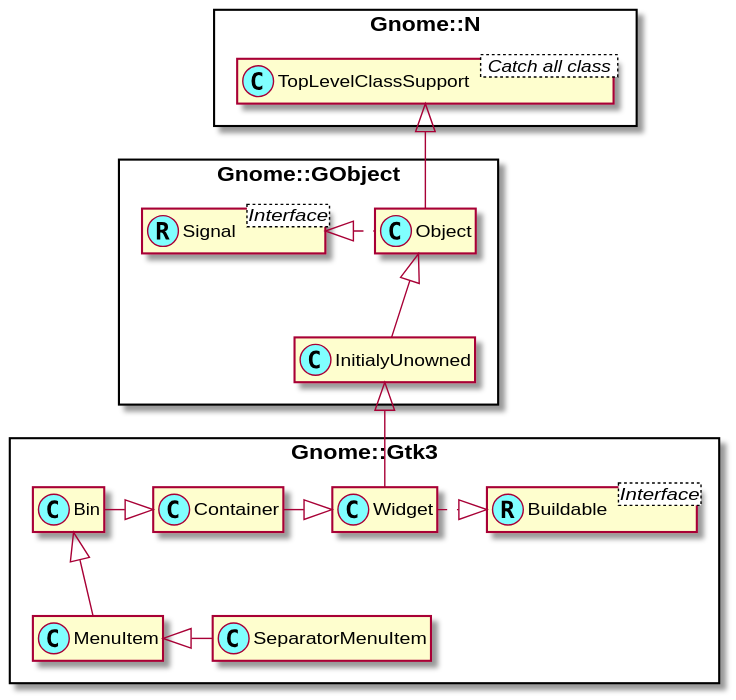
The PlantUML diagram docs/content-docs/reference/Gtk3/plantuml/SeparatorMenuItem.svg in MARTIMM/gnome-gtk3, before a commit. Source of this version:
```plantuml
@startuml
skinparam packageStyle rectangle
skinparam stereotypeCBackgroundColor #80ffff
set namespaceSeparator ::
hide members

class Gnome::N::TopLevelClassSupport < Catch all class >

Interface Gnome::GObject::Signal <Interface>
class Gnome::GObject::Signal <<(R,#80ffff)>>

Interface Gnome::Gtk3::Buildable <Interface>
class Gnome::Gtk3::Buildable <<(R,#80ffff)>>


Gnome::N::TopLevelClassSupport <|-- Gnome::GObject::Object
Gnome::GObject::InitialyUnowned <|-- Gnome::Gtk3::Widget

Gnome::GObject::Object <|-- Gnome::GObject::InitialyUnowned
Gnome::GObject::Signal <|. Gnome::GObject::Object

Gnome::Gtk3::Widget .|> Gnome::Gtk3::Buildable

Gnome::Gtk3::Container -|> Gnome::Gtk3::Widget
Gnome::Gtk3::Bin -|> Gnome::Gtk3::Container
Gnome::Gtk3::Bin <|-- Gnome::Gtk3::MenuItem
Gnome::Gtk3::MenuItem <|- Gnome::Gtk3::SeparatorMenuItem


@enduml
```
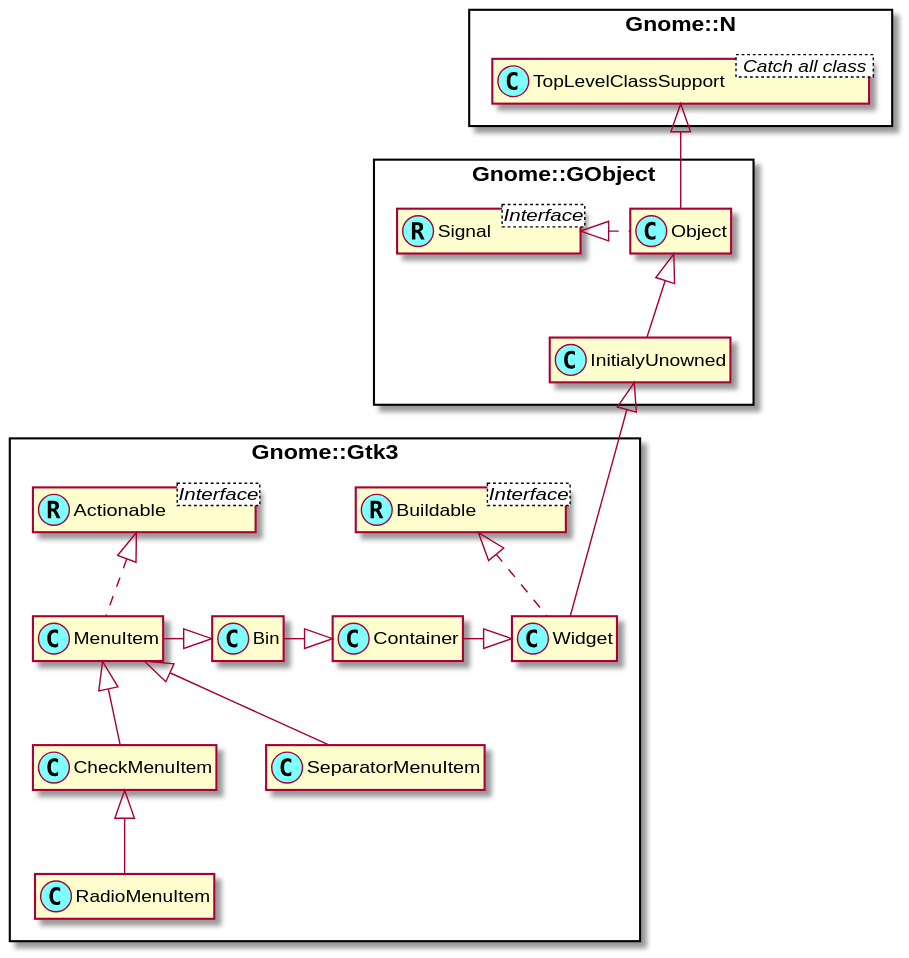
Later version of the same file.

Commit message:
used same uml diagram from MenuItem

The edit, as a diff of the source:
```diff
@@ -12,19 +12,25 @@
 Interface Gnome::Gtk3::Buildable <Interface>
 class Gnome::Gtk3::Buildable <<(R,#80ffff)>>
 
+Interface Gnome::Gtk3::Actionable <Interface>
+class Gnome::Gtk3::Actionable <<(R,#80ffff)>>
+
 
 Gnome::N::TopLevelClassSupport <|-- Gnome::GObject::Object
-Gnome::GObject::InitialyUnowned <|-- Gnome::Gtk3::Widget
-
 Gnome::GObject::Object <|-- Gnome::GObject::InitialyUnowned
 Gnome::GObject::Signal <|. Gnome::GObject::Object
 
-Gnome::Gtk3::Widget .|> Gnome::Gtk3::Buildable
+Gnome::GObject::InitialyUnowned <|--- Gnome::Gtk3::Widget
+Gnome::Gtk3::Widget .up.|> Gnome::Gtk3::Buildable
 
 Gnome::Gtk3::Container -|> Gnome::Gtk3::Widget
 Gnome::Gtk3::Bin -|> Gnome::Gtk3::Container
-Gnome::Gtk3::Bin <|-- Gnome::Gtk3::MenuItem
-Gnome::Gtk3::MenuItem <|- Gnome::Gtk3::SeparatorMenuItem
 
+Gnome::Gtk3::MenuItem -|> Gnome::Gtk3::Bin
+Gnome::Gtk3::MenuItem .up.|> Gnome::Gtk3::Actionable
+
+Gnome::Gtk3::MenuItem <|-- Gnome::Gtk3::CheckMenuItem
+Gnome::Gtk3::CheckMenuItem <|-- Gnome::Gtk3::RadioMenuItem
+Gnome::Gtk3::MenuItem <|-- Gnome::Gtk3::SeparatorMenuItem
 
 @enduml
```
